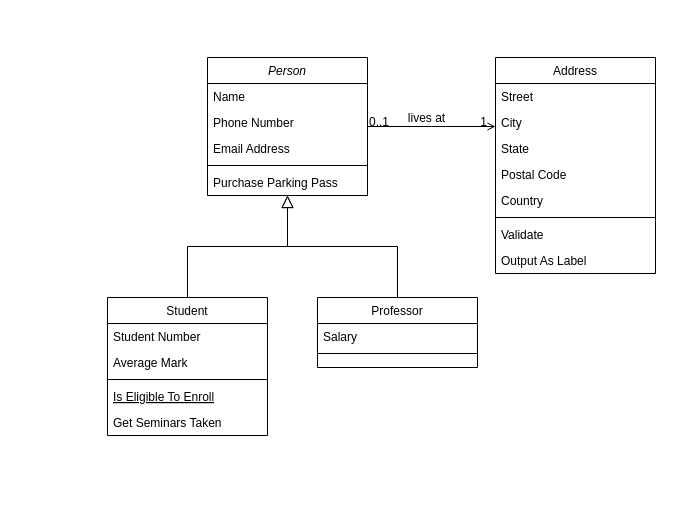
Before: 未命名绘图.drawio in cliigo/CCGame, a draw.io diagram. Source tidied: cells renumbered, new cells numbered last; positions are measured from the earlier drawing's top-left corner, leaving out a move shared by most shapes. Both pictures are drawn from the tidied source at 100%, with x=0, y=0 at pixel (107, 57).
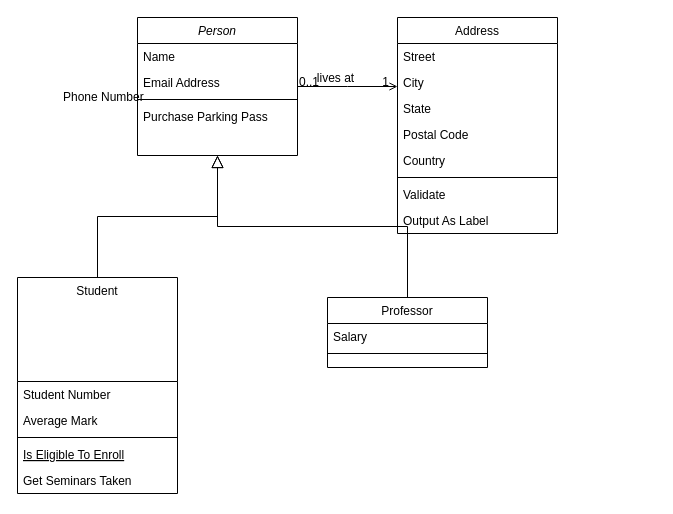
After the change.

Commit message:
更新未命名绘图.drawio

Diff of the diagram source:
```diff
@@
     <mxCell id="2" value="Person" style="swimlane;fontStyle=2;align=center;verticalAlign=top;horizontal=1;startSize=26;rounded=0;shadow=0;strokeWidth=1;" parent="1" vertex="1">
-      <mxGeometry x="100" width="160" height="138" as="geometry" />
+      <mxGeometry x="30" y="-40" width="160" height="138" as="geometry" />
     </mxCell>
@@
-    <mxCell id="4" value="Phone Number" style="text;align=left;verticalAlign=top;spacingLeft=4;spacingRight=4;overflow=hidden;rounded=0;shadow=0;html=0;" parent="2" vertex="1">
-      <mxGeometry y="52" width="160" height="26" as="geometry" />
-    </mxCell>
     <mxCell id="5" value="Email Address" style="text;align=left;verticalAlign=top;spacingLeft=4;spacingRight=4;overflow=hidden;rounded=0;shadow=0;html=0;" parent="2" vertex="1">
-      <mxGeometry y="78" width="160" height="26" as="geometry" />
+      <mxGeometry y="52" width="160" height="26" as="geometry" />
     </mxCell>
     <mxCell id="6" style="line;html=1;strokeWidth=1;align=left;verticalAlign=middle;spacingTop=-1;spacingLeft=3;spacingRight=3;labelPosition=right;" parent="2" vertex="1">
-      <mxGeometry y="104" width="160" height="8" as="geometry" />
+      <mxGeometry y="78" width="160" height="8" as="geometry" />
     </mxCell>
     <mxCell id="7" value="Purchase Parking Pass" style="text;align=left;verticalAlign=top;spacingLeft=4;spacingRight=4;overflow=hidden;" parent="2" vertex="1">
-      <mxGeometry y="112" width="160" height="26" as="geometry" />
+      <mxGeometry y="86" width="160" height="26" as="geometry" />
     </mxCell>
-    <mxCell id="8" value="Student" style="swimlane;fontStyle=0;align=center;verticalAlign=top;horizontal=1;startSize=26;rounded=0;shadow=0;strokeWidth=1;" parent="1" vertex="1">
-      <mxGeometry y="240" width="160" height="138" as="geometry" />
+    <mxCell id="8" value="Student" style="swimlane;fontStyle=0;align=center;verticalAlign=top;horizontal=1;startSize=104;rounded=0;shadow=0;strokeWidth=1;" parent="1" vertex="1">
+      <mxGeometry x="-90" y="220" width="160" height="216" as="geometry" />
     </mxCell>
     <mxCell id="9" value="Student Number" style="text;align=left;verticalAlign=top;spacingLeft=4;spacingRight=4;overflow=hidden;" parent="8" vertex="1">
-      <mxGeometry y="26" width="160" height="26" as="geometry" />
+      <mxGeometry y="104" width="160" height="26" as="geometry" />
     </mxCell>
     <mxCell id="10" value="Average Mark" style="text;align=left;verticalAlign=top;spacingLeft=4;spacingRight=4;overflow=hidden;rounded=0;shadow=0;html=0;" parent="8" vertex="1">
-      <mxGeometry y="52" width="160" height="26" as="geometry" />
+      <mxGeometry y="130" width="160" height="26" as="geometry" />
     </mxCell>
     <mxCell id="11" style="line;html=1;strokeWidth=1;align=left;verticalAlign=middle;spacingTop=-1;spacingLeft=3;spacingRight=3;labelPosition=right;" parent="8" vertex="1">
-      <mxGeometry y="78" width="160" height="8" as="geometry" />
+      <mxGeometry y="156" width="160" height="8" as="geometry" />
     </mxCell>
     <mxCell id="12" value="Is Eligible To Enroll" style="text;align=left;verticalAlign=top;spacingLeft=4;spacingRight=4;overflow=hidden;fontStyle=4;" parent="8" vertex="1">
-      <mxGeometry y="86" width="160" height="26" as="geometry" />
+      <mxGeometry y="164" width="160" height="26" as="geometry" />
     </mxCell>
     <mxCell id="13" value="Get Seminars Taken" style="text;align=left;verticalAlign=top;spacingLeft=4;spacingRight=4;overflow=hidden;" parent="8" vertex="1">
-      <mxGeometry y="112" width="160" height="26" as="geometry" />
+      <mxGeometry y="190" width="160" height="26" as="geometry" />
     </mxCell>
@@
     <mxCell id="15" value="Professor" style="swimlane;fontStyle=0;align=center;verticalAlign=top;horizontal=1;startSize=26;rounded=0;shadow=0;strokeWidth=1;" parent="1" vertex="1">
-      <mxGeometry x="210" y="240" width="160" height="70" as="geometry" />
+      <mxGeometry x="220" y="240" width="160" height="70" as="geometry" />
     </mxCell>
@@
     <mxCell id="19" value="Address" style="swimlane;fontStyle=0;align=center;verticalAlign=top;horizontal=1;startSize=26;rounded=0;shadow=0;strokeWidth=1;" parent="1" vertex="1">
-      <mxGeometry x="388" width="160" height="216" as="geometry" />
+      <mxGeometry x="290" y="-40" width="160" height="216" as="geometry" />
     </mxCell>
@@
+    <mxCell id="4" value="Phone Number" style="text;align=left;verticalAlign=top;spacingLeft=4;spacingRight=4;overflow=hidden;rounded=0;shadow=0;html=0;" parent="1" vertex="1">
+      <mxGeometry x="-50" y="26" width="160" height="26" as="geometry" />
+    </mxCell>
```
